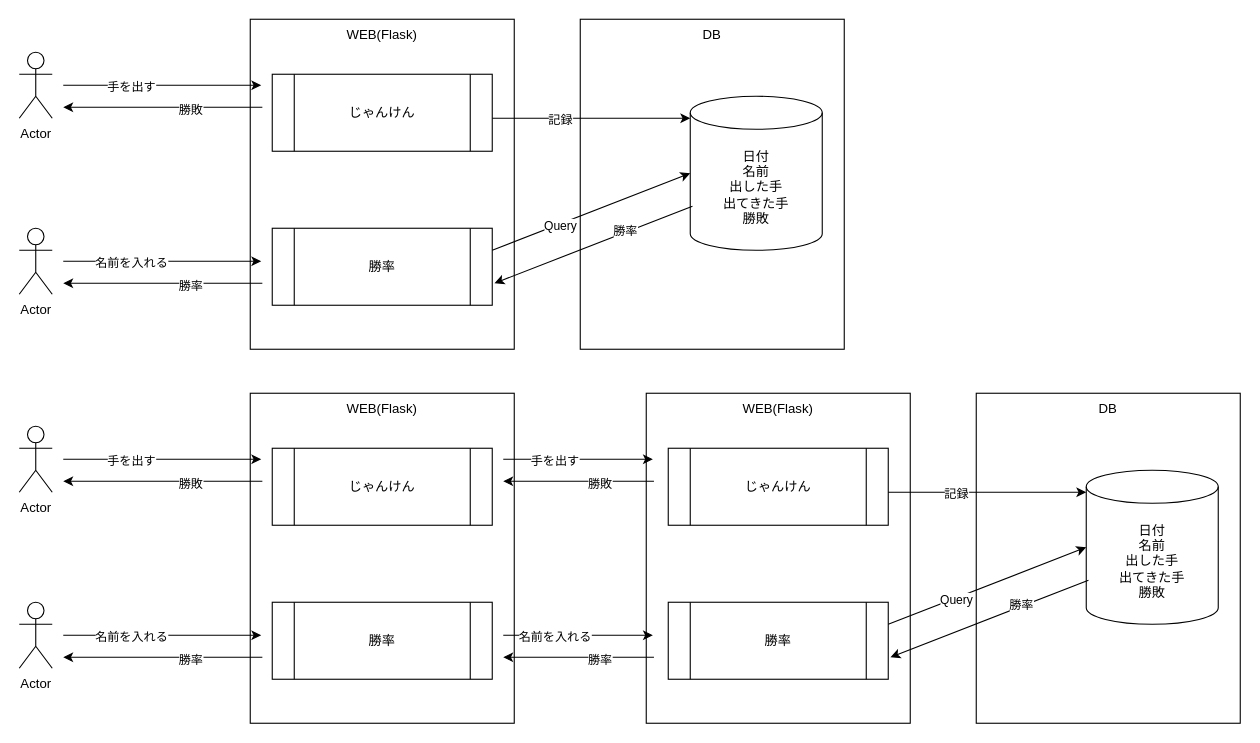
Above: Untitled Diagram.drawio in kayaru28/drawio (draw.io), before the change. Source tidied: cells renumbered, new cells numbered last; positions are measured from the earlier drawing's top-left corner, leaving out a move shared by most shapes. Both pictures are drawn from the tidied source at 110%, with x=0, y=0 at pixel (19, 19).
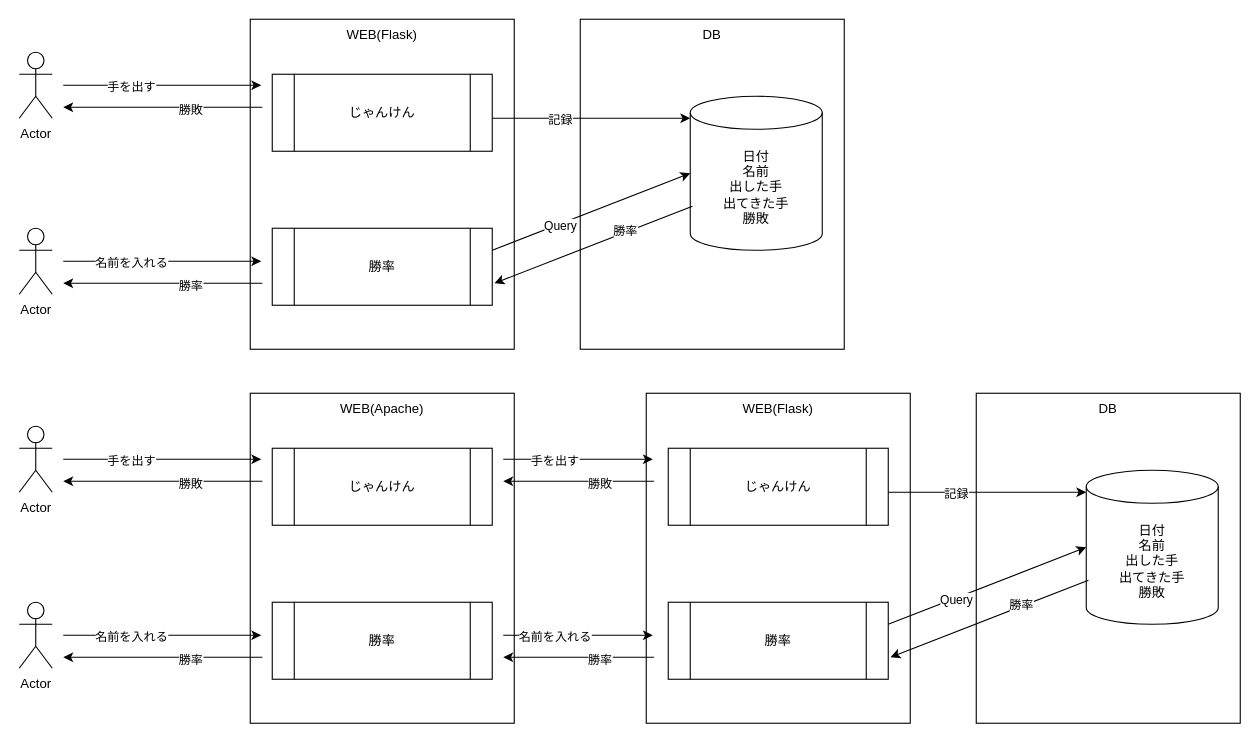
After the change.

Commit message:
Update Second chart title

Change to the diagram source:
```diff
@@
-    <mxCell id="2" value="&lt;div&gt;WEB(Flask)&lt;/div&gt;&lt;div&gt;&lt;br&gt;&lt;/div&gt;" style="rounded=0;whiteSpace=wrap;html=1;verticalAlign=top;" parent="1" vertex="1">
+    <mxCell id="2" value="&lt;div&gt;WEB(Apache)&lt;/div&gt;&lt;div&gt;&lt;br&gt;&lt;/div&gt;" style="rounded=0;whiteSpace=wrap;html=1;verticalAlign=top;" parent="1" vertex="1">
       <mxGeometry x="210" y="340" width="240" height="300" as="geometry" />
     </mxCell>
```
